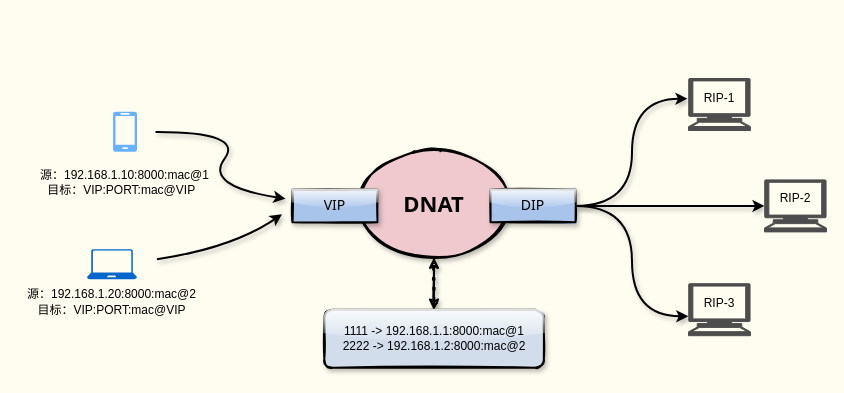
Earlier version of the draw.io diagram pictures/负载均衡/dnat.drawio (boxtsecond/draw). Source tidied: cells renumbered, new cells numbered last; positions are measured from the earlier drawing's top-left corner, leaving out a move shared by most shapes. Both pictures are drawn from the tidied source at 100%, with x=0, y=0 at pixel (21, 78).
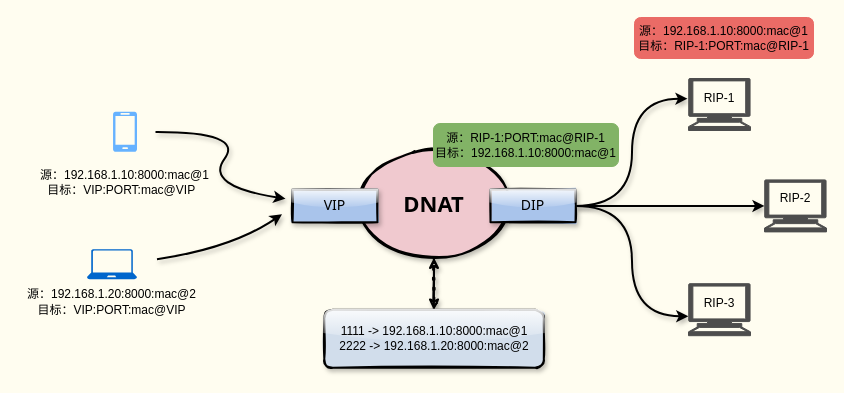
The same page after the edit.

Change to the diagram source:
```diff
@@
-    <mxCell id="17" value="&lt;div style=&quot;font-family: &amp;#34;helvetica&amp;#34; ; font-size: 12px&quot;&gt;1111 -&amp;gt; 192.168.1.1:8000:mac@1&lt;/div&gt;&lt;div style=&quot;font-family: &amp;#34;helvetica&amp;#34; ; font-size: 12px&quot;&gt;2222 -&amp;gt; 192.168.1.2:8000:mac@2&lt;br&gt;&lt;/div&gt;" style="whiteSpace=wrap;html=1;shadow=1;fontFamily=Tahoma;fontSize=14;strokeWidth=2;glass=1;sketch=1;fillStyle=solid;rounded=1;fillColor=#D1DDEB;" parent="1" vertex="1">
+    <mxCell id="17" value="&lt;div style=&quot;font-family: &amp;#34;helvetica&amp;#34; ; font-size: 12px&quot;&gt;1111 -&amp;gt; 192.168.1.10:8000:mac@1&lt;/div&gt;&lt;div style=&quot;font-family: &amp;#34;helvetica&amp;#34; ; font-size: 12px&quot;&gt;2222 -&amp;gt; 192.168.1.20:8000:mac@2&lt;br&gt;&lt;/div&gt;" style="whiteSpace=wrap;html=1;shadow=1;fontFamily=Tahoma;fontSize=14;strokeWidth=2;glass=1;sketch=1;fillStyle=solid;rounded=1;fillColor=#D1DDEB;" parent="1" vertex="1">
       <mxGeometry x="302.8" y="231.2" width="219.5" height="58" as="geometry" />
     </mxCell>
@@
+    <mxCell id="24" value="源：&lt;span style=&quot;font-family: &amp;#34;helvetica&amp;#34;&quot;&gt;192.168.1.10:8000:mac@1&lt;/span&gt;&lt;br&gt;目标：RIP-1:PORT:mac@RIP-1" style="rounded=1;whiteSpace=wrap;html=1;fillColor=#EA6B66;strokeColor=#EA6B66;" parent="1" vertex="1">
+      <mxGeometry x="613" y="-61" width="179" height="41" as="geometry" />
+    </mxCell>
+    <mxCell id="25" value="源：RIP-1:PORT:mac@RIP-1&lt;br&gt;目标：&lt;span style=&quot;font-family: &amp;#34;helvetica&amp;#34;&quot;&gt;192.168.1.10:8000:mac@1&lt;/span&gt;" style="rounded=1;whiteSpace=wrap;html=1;strokeColor=#82b366;fillColor=#82B366;" parent="1" vertex="1">
+      <mxGeometry x="412" y="45" width="185" height="43" as="geometry" />
+    </mxCell>
```
